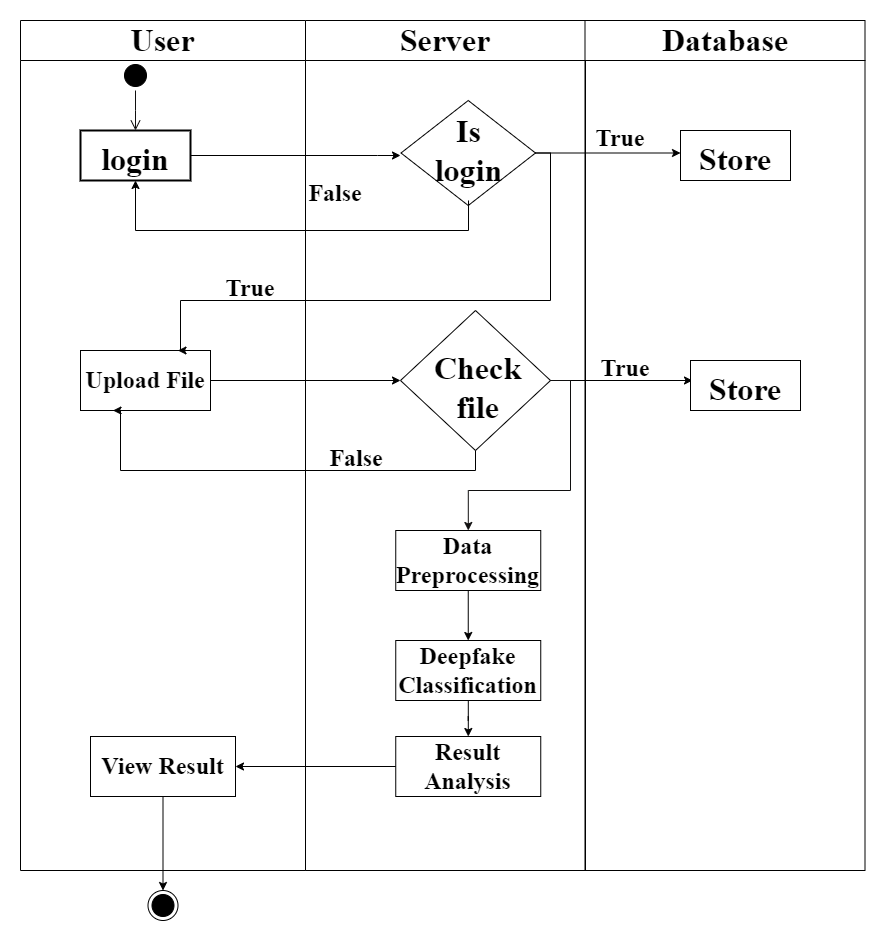
Earlier version of the draw.io export img/activity diagram.drawio.png (SanjishMaharjan/Project-Report). Source tidied: cells renumbered, new cells last; positions are measured from the earlier drawing's top-left corner, leaving out a move shared by most shapes.
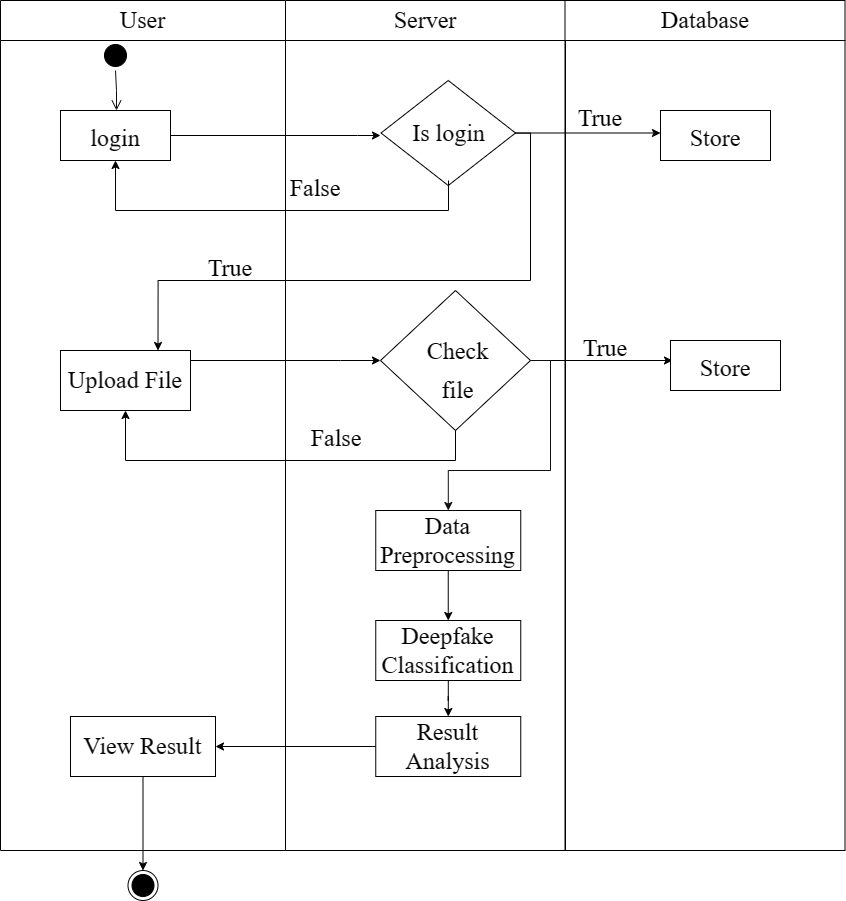
After the commit.

Change to the diagram source:
```diff
@@ -2,7 +2,7 @@
   <root>
     <mxCell id="0" />
     <mxCell id="1" parent="0" />
-    <mxCell id="2" value="User" style="swimlane;whiteSpace=wrap;fontFamily=Times New Roman;fontSize=32;startSize=40;" parent="1" vertex="1">
+    <mxCell id="2" value="User" style="swimlane;whiteSpace=wrap;fontFamily=Times New Roman;fontSize=24;startSize=40;fontStyle=0;" parent="1" vertex="1">
       <mxGeometry width="285" height="850" as="geometry" />
     </mxCell>
     <mxCell id="3" style="ellipse;shape=startState;fillColor=#000000;strokeColor=#000000;" parent="2" vertex="1">
@@ -11,19 +11,19 @@
     <mxCell id="4" style="edgeStyle=elbowEdgeStyle;elbow=horizontal;verticalAlign=bottom;endArrow=open;endSize=8;strokeColor=#100f0f;endFill=1;rounded=0;" parent="2" edge="1" source="3" target="5">
       <mxGeometry x="100" y="40" as="geometry" />
     </mxCell>
-    <mxCell id="5" value="login" style="fontFamily=Times New Roman;fontSize=32;strokeWidth=2;fontStyle=1;" parent="2" vertex="1">
+    <mxCell id="5" value="login" style="fontFamily=Times New Roman;fontSize=24;strokeWidth=1;fontStyle=0;" parent="2" vertex="1">
       <mxGeometry x="60" y="110" width="110" height="50" as="geometry" />
     </mxCell>
-    <mxCell id="6" value="&lt;b&gt;Upload File&lt;/b&gt;" style="rounded=0;whiteSpace=wrap;html=1;fontFamily=Times New Roman;fontSize=24;" parent="2" vertex="1">
-      <mxGeometry x="60" y="330" width="130" height="60" as="geometry" />
+    <mxCell id="6" value="Upload File" style="rounded=0;whiteSpace=wrap;html=1;fontFamily=Times New Roman;fontSize=24;" parent="2" vertex="1">
+      <mxGeometry x="60" y="350" width="130" height="60" as="geometry" />
     </mxCell>
-    <mxCell id="7" value="&lt;font style=&quot;font-size: 24px;&quot;&gt;&lt;b&gt;True&lt;/b&gt;&lt;/font&gt;" style="text;html=1;strokeColor=none;fillColor=none;align=center;verticalAlign=middle;whiteSpace=wrap;rounded=0;fontSize=32;fontFamily=Times New Roman;" parent="2" vertex="1">
+    <mxCell id="7" value="&lt;font style=&quot;font-size: 24px;&quot;&gt;True&lt;/font&gt;" style="text;html=1;strokeColor=none;fillColor=none;align=center;verticalAlign=middle;whiteSpace=wrap;rounded=0;fontSize=32;fontFamily=Times New Roman;" parent="2" vertex="1">
       <mxGeometry x="175" y="250" width="110" height="30" as="geometry" />
     </mxCell>
-    <mxCell id="8" value="&lt;b&gt;View Result&lt;/b&gt;" style="rounded=0;whiteSpace=wrap;html=1;fontFamily=Times New Roman;fontSize=24;" parent="2" vertex="1">
+    <mxCell id="8" value="View Result" style="rounded=0;whiteSpace=wrap;html=1;fontFamily=Times New Roman;fontSize=24;" parent="2" vertex="1">
       <mxGeometry x="70" y="716" width="145" height="60" as="geometry" />
     </mxCell>
-    <mxCell id="9" value="Server" style="swimlane;whiteSpace=wrap;startSize=40;fontFamily=Times New Roman;fontSize=32;" parent="1" vertex="1">
+    <mxCell id="9" value="Server" style="swimlane;whiteSpace=wrap;startSize=40;fontFamily=Times New Roman;fontSize=24;fontStyle=0;" parent="1" vertex="1">
       <mxGeometry x="285" width="280" height="850" as="geometry" />
     </mxCell>
     <mxCell id="10" style="group;" parent="9" vertex="1">
@@ -32,37 +32,37 @@
     <mxCell id="11" style="rhombus;whiteSpace=wrap;html=1;fontFamily=Times New Roman;fontSize=32;" parent="10" vertex="1">
       <mxGeometry width="134.5" height="105" as="geometry" />
     </mxCell>
-    <mxCell id="12" value="&lt;b&gt;Is login&lt;/b&gt;" style="text;html=1;strokeColor=none;fillColor=none;align=center;verticalAlign=middle;whiteSpace=wrap;rounded=0;fontSize=32;fontFamily=Times New Roman;" parent="10" vertex="1">
+    <mxCell id="12" value="&lt;font style=&quot;font-size: 24px;&quot;&gt;Is login&lt;/font&gt;" style="text;html=1;strokeColor=none;fillColor=none;align=center;verticalAlign=middle;whiteSpace=wrap;rounded=0;fontSize=32;fontFamily=Times New Roman;" parent="10" vertex="1">
       <mxGeometry x="30" y="15" width="74.5" height="70" as="geometry" />
     </mxCell>
-    <mxCell id="13" value="&lt;font style=&quot;font-size: 24px;&quot;&gt;&lt;b&gt;False&lt;/b&gt;&lt;/font&gt;" style="text;html=1;strokeColor=none;fillColor=none;align=center;verticalAlign=middle;whiteSpace=wrap;rounded=0;fontSize=32;fontFamily=Times New Roman;" parent="9" vertex="1">
-      <mxGeometry x="-25" y="155" width="110" height="30" as="geometry" />
+    <mxCell id="13" value="&lt;font style=&quot;font-size: 24px;&quot;&gt;False&lt;/font&gt;" style="text;html=1;strokeColor=none;fillColor=none;align=center;verticalAlign=middle;whiteSpace=wrap;rounded=0;fontSize=32;fontFamily=Times New Roman;" parent="9" vertex="1">
+      <mxGeometry x="-25" y="170" width="110" height="30" as="geometry" />
     </mxCell>
-    <mxCell id="14" value="&lt;font style=&quot;font-size: 24px;&quot;&gt;&lt;b&gt;False&lt;/b&gt;&lt;/font&gt;" style="text;html=1;strokeColor=none;fillColor=none;align=center;verticalAlign=middle;whiteSpace=wrap;rounded=0;fontSize=32;fontFamily=Times New Roman;" parent="9" vertex="1">
+    <mxCell id="14" value="&lt;font style=&quot;font-size: 24px;&quot;&gt;False&lt;/font&gt;" style="text;html=1;strokeColor=none;fillColor=none;align=center;verticalAlign=middle;whiteSpace=wrap;rounded=0;fontSize=32;fontFamily=Times New Roman;" parent="9" vertex="1">
       <mxGeometry x="-4.5" y="420" width="110" height="30" as="geometry" />
     </mxCell>
     <mxCell id="15" style="edgeStyle=orthogonalEdgeStyle;rounded=0;jettySize=auto;html=1;entryX=0.5;entryY=0;entryDx=0;entryDy=0;fontFamily=Times New Roman;fontSize=24;" parent="9" edge="1" source="16" target="18">
       <mxGeometry relative="1" as="geometry" />
     </mxCell>
-    <mxCell id="16" value="&lt;b&gt;Data Preprocessing&lt;/b&gt;" style="rounded=0;whiteSpace=wrap;html=1;fontFamily=Times New Roman;fontSize=24;" parent="9" vertex="1">
+    <mxCell id="16" value="Data Preprocessing" style="rounded=0;whiteSpace=wrap;html=1;fontFamily=Times New Roman;fontSize=24;" parent="9" vertex="1">
       <mxGeometry x="90.2" y="510" width="145" height="60" as="geometry" />
     </mxCell>
     <mxCell id="17" style="edgeStyle=orthogonalEdgeStyle;rounded=0;jettySize=auto;html=1;fontFamily=Times New Roman;fontSize=24;" parent="9" edge="1" source="18" target="19">
       <mxGeometry relative="1" as="geometry" />
     </mxCell>
-    <mxCell id="18" value="&lt;b&gt;Deepfake Classification&lt;/b&gt;" style="rounded=0;whiteSpace=wrap;html=1;fontFamily=Times New Roman;fontSize=24;" parent="9" vertex="1">
+    <mxCell id="18" value="Deepfake Classification" style="rounded=0;whiteSpace=wrap;html=1;fontFamily=Times New Roman;fontSize=24;" parent="9" vertex="1">
       <mxGeometry x="90.2" y="620" width="145" height="60" as="geometry" />
     </mxCell>
-    <mxCell id="19" value="&lt;b&gt;Result Analysis&lt;/b&gt;" style="rounded=0;whiteSpace=wrap;html=1;fontFamily=Times New Roman;fontSize=24;" parent="9" vertex="1">
+    <mxCell id="19" value="Result Analysis" style="rounded=0;whiteSpace=wrap;html=1;fontFamily=Times New Roman;fontSize=24;" parent="9" vertex="1">
       <mxGeometry x="90.2" y="716" width="145" height="60" as="geometry" />
     </mxCell>
-    <mxCell id="20" value="Database" style="swimlane;whiteSpace=wrap;startSize=40;fontFamily=Times New Roman;fontSize=32;" parent="1" vertex="1">
+    <mxCell id="20" value="Database" style="swimlane;whiteSpace=wrap;startSize=40;fontFamily=Times New Roman;fontSize=24;fontStyle=0;" parent="1" vertex="1">
       <mxGeometry x="564.5" width="280" height="850" as="geometry" />
     </mxCell>
-    <mxCell id="21" value="Store" style="fontFamily=Times New Roman;fontSize=32;fontStyle=1;" parent="20" vertex="1">
+    <mxCell id="21" value="Store" style="fontFamily=Times New Roman;fontSize=24;fontStyle=0;" parent="20" vertex="1">
       <mxGeometry x="95.5" y="110" width="110" height="50" as="geometry" />
     </mxCell>
-    <mxCell id="22" value="&lt;font style=&quot;font-size: 24px;&quot;&gt;&lt;b&gt;True&lt;/b&gt;&lt;/font&gt;" style="text;html=1;strokeColor=none;fillColor=none;align=center;verticalAlign=middle;whiteSpace=wrap;rounded=0;fontSize=32;fontFamily=Times New Roman;" parent="20" vertex="1">
+    <mxCell id="22" value="&lt;font style=&quot;font-size: 24px;&quot;&gt;True&lt;/font&gt;" style="text;html=1;strokeColor=none;fillColor=none;align=center;verticalAlign=middle;whiteSpace=wrap;rounded=0;fontSize=32;fontFamily=Times New Roman;" parent="20" vertex="1">
       <mxGeometry x="-20" y="100" width="110" height="30" as="geometry" />
     </mxCell>
     <mxCell id="23" style="edgeStyle=orthogonalEdgeStyle;rounded=0;orthogonalLoop=1;jettySize=auto;html=1;" parent="20" edge="1">
@@ -71,10 +71,10 @@
         <mxPoint x="107.5" y="360" as="targetPoint" />
       </mxGeometry>
     </mxCell>
-    <mxCell id="24" value="&lt;font style=&quot;font-size: 24px;&quot;&gt;&lt;b&gt;True&lt;/b&gt;&lt;/font&gt;" style="text;html=1;strokeColor=none;fillColor=none;align=center;verticalAlign=middle;whiteSpace=wrap;rounded=0;fontSize=32;fontFamily=Times New Roman;" parent="20" vertex="1">
+    <mxCell id="24" value="&lt;font style=&quot;font-size: 24px;&quot;&gt;True&lt;/font&gt;" style="text;html=1;strokeColor=none;fillColor=none;align=center;verticalAlign=middle;whiteSpace=wrap;rounded=0;fontSize=32;fontFamily=Times New Roman;" parent="20" vertex="1">
       <mxGeometry x="-14.5" y="330" width="110" height="30" as="geometry" />
     </mxCell>
-    <mxCell id="25" value="Store" style="fontFamily=Times New Roman;fontSize=32;fontStyle=1;" parent="20" vertex="1">
+    <mxCell id="25" value="Store" style="fontFamily=Times New Roman;fontSize=24;fontStyle=0;" parent="20" vertex="1">
       <mxGeometry x="105.5" y="340" width="110" height="50" as="geometry" />
     </mxCell>
     <mxCell id="26" style="edgeStyle=orthogonalEdgeStyle;rounded=0;jettySize=auto;html=1;fontFamily=Times New Roman;fontSize=32;" parent="1" edge="1" source="5">
@@ -93,6 +93,10 @@
     <mxCell id="28" style="edgeStyle=orthogonalEdgeStyle;rounded=0;jettySize=auto;html=1;fontFamily=Times New Roman;fontSize=24;" parent="1" edge="1" source="6">
       <mxGeometry relative="1" as="geometry">
         <mxPoint x="380" y="360" as="targetPoint" />
+        <Array as="points">
+          <mxPoint x="340" y="360" />
+          <mxPoint x="340" y="360" />
+        </Array>
       </mxGeometry>
     </mxCell>
     <mxCell id="29" style="group;" parent="1" vertex="1">
@@ -101,14 +105,14 @@
     <mxCell id="30" style="rhombus;whiteSpace=wrap;html=1;fontFamily=Times New Roman;fontSize=32;" parent="29" vertex="1">
       <mxGeometry width="150" height="140" as="geometry" />
     </mxCell>
-    <mxCell id="31" value="&lt;b&gt;Check&lt;br&gt;file&lt;/b&gt;" style="text;html=1;strokeColor=none;fillColor=none;align=center;verticalAlign=middle;whiteSpace=wrap;rounded=0;fontSize=32;fontFamily=Times New Roman;" parent="29" vertex="1">
+    <mxCell id="31" value="&lt;span style=&quot;font-size: 24px;&quot;&gt;Check&lt;br&gt;file&lt;/span&gt;" style="text;html=1;strokeColor=none;fillColor=none;align=center;verticalAlign=middle;whiteSpace=wrap;rounded=0;fontSize=32;fontFamily=Times New Roman;" parent="29" vertex="1">
       <mxGeometry x="33.5" y="40" width="89.2" height="73.3" as="geometry" />
     </mxCell>
-    <mxCell id="32" style="edgeStyle=orthogonalEdgeStyle;rounded=0;jettySize=auto;html=1;entryX=0.25;entryY=1;entryDx=0;entryDy=0;fontFamily=Times New Roman;fontSize=24;" parent="1" edge="1" source="30" target="6">
+    <mxCell id="32" style="edgeStyle=orthogonalEdgeStyle;rounded=0;jettySize=auto;html=1;fontFamily=Times New Roman;fontSize=24;entryX=0.5;entryY=1;entryDx=0;entryDy=0;" parent="1" edge="1" source="30" target="6">
       <mxGeometry relative="1" as="geometry">
         <Array as="points">
-          <mxPoint x="455" y="450" />
-          <mxPoint x="100" y="450" />
+          <mxPoint x="455" y="460" />
+          <mxPoint x="125" y="460" />
         </Array>
       </mxGeometry>
     </mxCell>
@@ -117,7 +121,7 @@
         <Array as="points">
           <mxPoint x="530" y="132" />
           <mxPoint x="530" y="280" />
-          <mxPoint x="160" y="280" />
+          <mxPoint x="158" y="280" />
         </Array>
       </mxGeometry>
     </mxCell>
```
